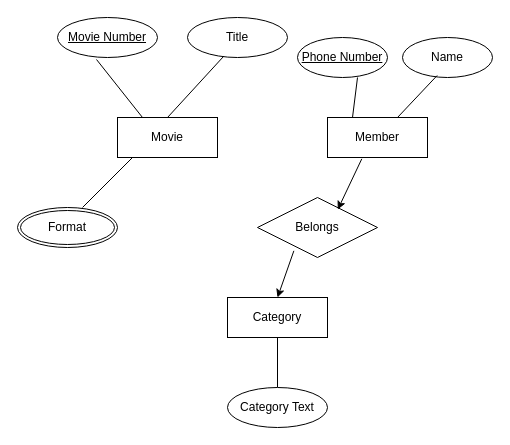
Earlier version of the draw.io diagram diagrams/lab2.drawio (Alex-god281/Cmput-291-Lab2). Source tidied: cells renumbered, new cells numbered last; positions are measured from the earlier drawing's top-left corner, leaving out a move shared by most shapes. Both pictures are drawn from the tidied source at 100%, with x=0, y=0 at pixel (17, 17).
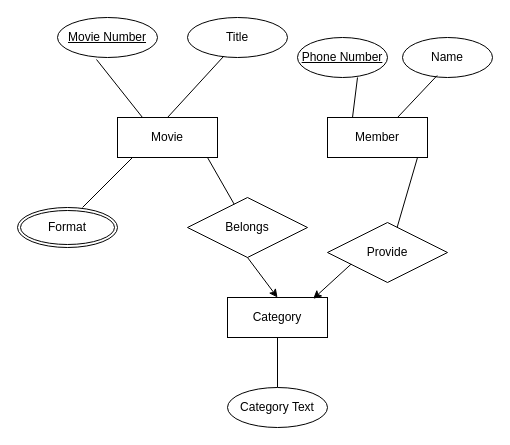
Above is the later version.

The change refers to these unchanged cells:
```xml
<mxCell id="4" value="Member" style="whiteSpace=wrap;html=1;align=center;" parent="1" vertex="1">
  <mxGeometry x="310" y="100" width="100" height="40" as="geometry" />
</mxCell>
<mxCell id="14" value="Category" style="whiteSpace=wrap;html=1;align=center;" parent="1" vertex="1">
  <mxGeometry x="210" y="280" width="100" height="40" as="geometry" />
</mxCell>
```

Diff of the diagram source:
```diff
@@
     <mxCell id="17" value="Belongs" style="shape=rhombus;perimeter=rhombusPerimeter;whiteSpace=wrap;html=1;align=center;" parent="1" vertex="1">
-      <mxGeometry x="240" y="180" width="120" height="60" as="geometry" />
+      <mxGeometry x="170" y="180" width="120" height="60" as="geometry" />
     </mxCell>
-    <mxCell id="18" style="endArrow=classic;html=1;rounded=0;exitX=0.343;exitY=1.033;exitDx=0;exitDy=0;exitPerimeter=0;entryX=0.669;entryY=0.2;entryDx=0;entryDy=0;entryPerimeter=0;" parent="1" edge="1" source="4" target="17">
-      <mxGeometry relative="1" as="geometry" />
-    </mxCell>
-    <mxCell id="19" style="endArrow=classic;html=1;rounded=0;entryX=0.5;entryY=0;entryDx=0;entryDy=0;exitX=0.303;exitY=0.889;exitDx=0;exitDy=0;exitPerimeter=0;" parent="1" edge="1" source="17" target="14">
+    <mxCell id="19" style="endArrow=classic;html=1;rounded=0;entryX=0.5;entryY=0;entryDx=0;entryDy=0;exitX=0.5;exitY=1;exitDx=0;exitDy=0;" parent="1" edge="1" source="17" target="14">
       <mxGeometry relative="1" as="geometry" />
     </mxCell>
+    <mxCell id="20" style="endArrow=none;html=1;rounded=0;" parent="1" edge="1" source="17">
+      <mxGeometry relative="1" as="geometry">
+        <mxPoint x="190" y="140" as="targetPoint" />
+      </mxGeometry>
+    </mxCell>
+    <mxCell id="21" style="endArrow=none;html=1;rounded=0;exitX=0.575;exitY=0.117;exitDx=0;exitDy=0;exitPerimeter=0;fillColor=#000000;" parent="1" edge="1" source="22">
+      <mxGeometry relative="1" as="geometry">
+        <mxPoint x="400" y="140" as="targetPoint" />
+      </mxGeometry>
+    </mxCell>
+    <mxCell id="22" value="Provide" style="shape=rhombus;perimeter=rhombusPerimeter;whiteSpace=wrap;html=1;align=center;" parent="1" vertex="1">
+      <mxGeometry x="310" y="205" width="120" height="60" as="geometry" />
+    </mxCell>
+    <mxCell id="23" style="endArrow=classic;html=1;rounded=0;exitX=0.197;exitY=0.694;exitDx=0;exitDy=0;exitPerimeter=0;entryX=0.857;entryY=0.033;entryDx=0;entryDy=0;entryPerimeter=0;" parent="1" edge="1" source="22" target="14">
+      <mxGeometry relative="1" as="geometry" />
+    </mxCell>
```
